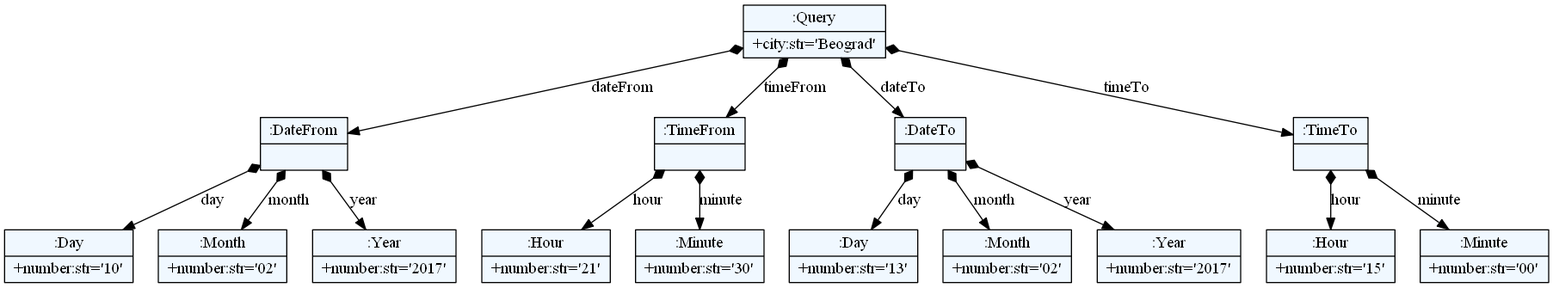
Before: textXGrammar/test.png, a diagram exported from Graphviz (ftnE2-tim1-2016-17/jsd). Its source is kept beside it as textXGrammar/test.dot.
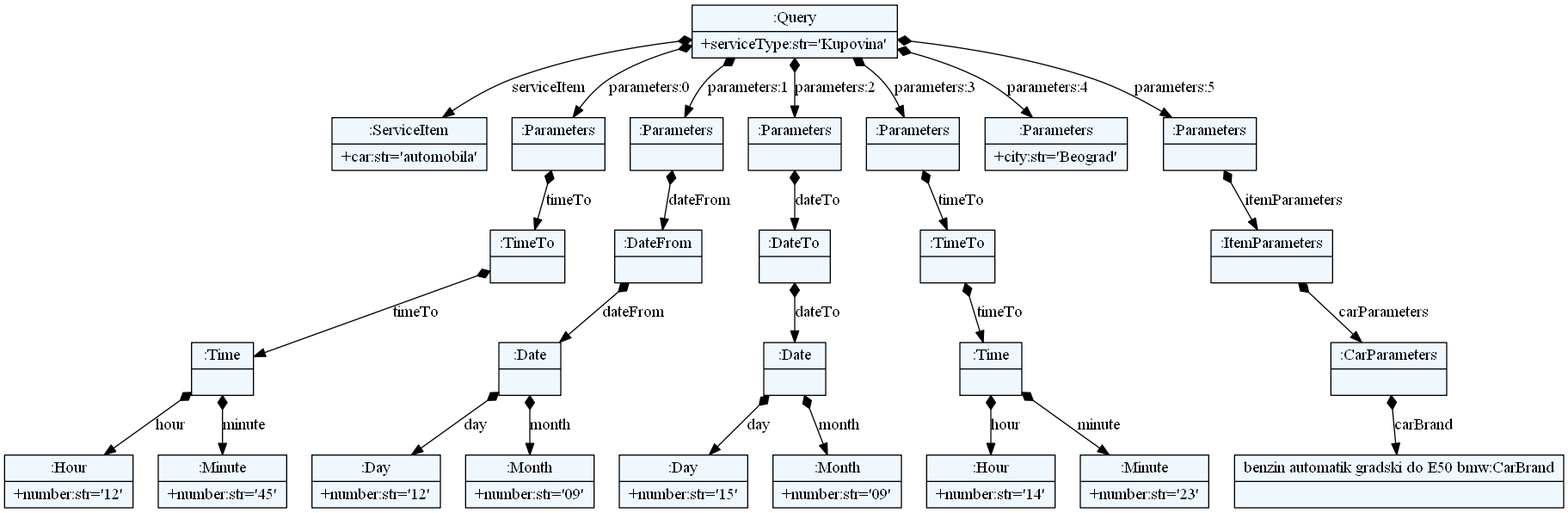
Later version of the same file.

Diff of the diagram source:
```diff
@@ -10,34 +10,59 @@
     edge[dir=black,arrowtail=empty]
 
 
-62293040 -> 62314640 [label="dateFrom" arrowtail=diamond dir=both]
-62314640 -> 62314704 [label="day" arrowtail=diamond dir=both]
-62314704[label="{:Day|+number:str='10'\l}"]
-62314640 -> 62314736 [label="month" arrowtail=diamond dir=both]
-62314736[label="{:Month|+number:str='02'\l}"]
-62314640 -> 62314768 [label="year" arrowtail=diamond dir=both]
-62314768[label="{:Year|+number:str='2017'\l}"]
-62314640[label="{:DateFrom|}"]
-62293040 -> 62314608 [label="timeFrom" arrowtail=diamond dir=both]
-62314608 -> 62314864 [label="hour" arrowtail=diamond dir=both]
-62314864[label="{:Hour|+number:str='21'\l}"]
-62314608 -> 62314896 [label="minute" arrowtail=diamond dir=both]
-62314896[label="{:Minute|+number:str='30'\l}"]
-62314608[label="{:TimeFrom|}"]
-62293040 -> 62314672 [label="dateTo" arrowtail=diamond dir=both]
-62314672 -> 62314960 [label="day" arrowtail=diamond dir=both]
-62314960[label="{:Day|+number:str='13'\l}"]
-62314672 -> 62314992 [label="month" arrowtail=diamond dir=both]
-62314992[label="{:Month|+number:str='02'\l}"]
-62314672 -> 62314928 [label="year" arrowtail=diamond dir=both]
-62314928[label="{:Year|+number:str='2017'\l}"]
-62314672[label="{:DateTo|}"]
-62293040 -> 62314832 [label="timeTo" arrowtail=diamond dir=both]
-62314832 -> 62315088 [label="hour" arrowtail=diamond dir=both]
-62315088[label="{:Hour|+number:str='15'\l}"]
-62314832 -> 62315120 [label="minute" arrowtail=diamond dir=both]
-62315120[label="{:Minute|+number:str='00'\l}"]
-62314832[label="{:TimeTo|}"]
-62293040[label="{:Query|+city:str='Beograd'\l}"]
+74259728 -> 74259824 [label="serviceItem" arrowtail=diamond dir=both]
+74259824[label="{:ServiceItem|+car:str='automobila'\l}"]
+74259728 -> 74266288 [label="parameters:0" arrowtail=diamond dir=both]
+74266288 -> 74266064 [label="timeTo" arrowtail=diamond dir=both]
+74266064 -> 74266480 [label="timeTo" arrowtail=diamond dir=both]
+74266480 -> 74266448 [label="hour" arrowtail=diamond dir=both]
+74266448[label="{:Hour|+number:str='12'\l}"]
+74266480 -> 74266384 [label="minute" arrowtail=diamond dir=both]
+74266384[label="{:Minute|+number:str='45'\l}"]
+74266480[label="{:Time|}"]
+74266064[label="{:TimeTo|}"]
+74266288[label="{:Parameters|}"]
+74259728 -> 74266128 [label="parameters:1" arrowtail=diamond dir=both]
+74266128 -> 74260144 [label="dateFrom" arrowtail=diamond dir=both]
+74260144 -> 74266544 [label="dateFrom" arrowtail=diamond dir=both]
+74266544 -> 74266896 [label="day" arrowtail=diamond dir=both]
+74266896[label="{:Day|+number:str='12'\l}"]
+74266544 -> 74266832 [label="month" arrowtail=diamond dir=both]
+74266832[label="{:Month|+number:str='09'\l}"]
+74266544[label="{:Date|}"]
+74260144[label="{:DateFrom|}"]
+74266128[label="{:Parameters|}"]
+74259728 -> 74258352 [label="parameters:2" arrowtail=diamond dir=both]
+74258352 -> 74266512 [label="dateTo" arrowtail=diamond dir=both]
+74266512 -> 74266864 [label="dateTo" arrowtail=diamond dir=both]
+74266864 -> 74266992 [label="day" arrowtail=diamond dir=both]
+74266992[label="{:Day|+number:str='15'\l}"]
+74266864 -> 74267024 [label="month" arrowtail=diamond dir=both]
+74267024[label="{:Month|+number:str='09'\l}"]
+74266864[label="{:Date|}"]
+74266512[label="{:DateTo|}"]
+74258352[label="{:Parameters|}"]
+74259728 -> 74266640 [label="parameters:3" arrowtail=diamond dir=both]
+74266640 -> 74266800 [label="timeTo" arrowtail=diamond dir=both]
+74266800 -> 74267056 [label="timeTo" arrowtail=diamond dir=both]
+74267056 -> 74267088 [label="hour" arrowtail=diamond dir=both]
+74267088[label="{:Hour|+number:str='14'\l}"]
+74267056 -> 74267184 [label="minute" arrowtail=diamond dir=both]
+74267184[label="{:Minute|+number:str='23'\l}"]
+74267056[label="{:Time|}"]
+74266800[label="{:TimeTo|}"]
+74266640[label="{:Parameters|}"]
+74259728 -> 74266416 [label="parameters:4" arrowtail=diamond dir=both]
+74266416[label="{:Parameters|+city:str='Beograd'\l}"]
+74259728 -> 74266928 [label="parameters:5" arrowtail=diamond dir=both]
+74266928 -> 74266960 [label="itemParameters" arrowtail=diamond dir=both]
+74266960 -> 74267280 [label="carParameters" arrowtail=diamond dir=both]
+74267280 -> 74267344 [label="carBrand" arrowtail=diamond dir=both]
+74267344[label="{benzin automatik gradski do E50 bmw
+:CarBrand|}"]
+74267280[label="{:CarParameters|}"]
+74266960[label="{:ItemParameters|}"]
+74266928[label="{:Parameters|}"]
+74259728[label="{:Query|+serviceType:str='Kupovina'\l}"]
 
 }
```
